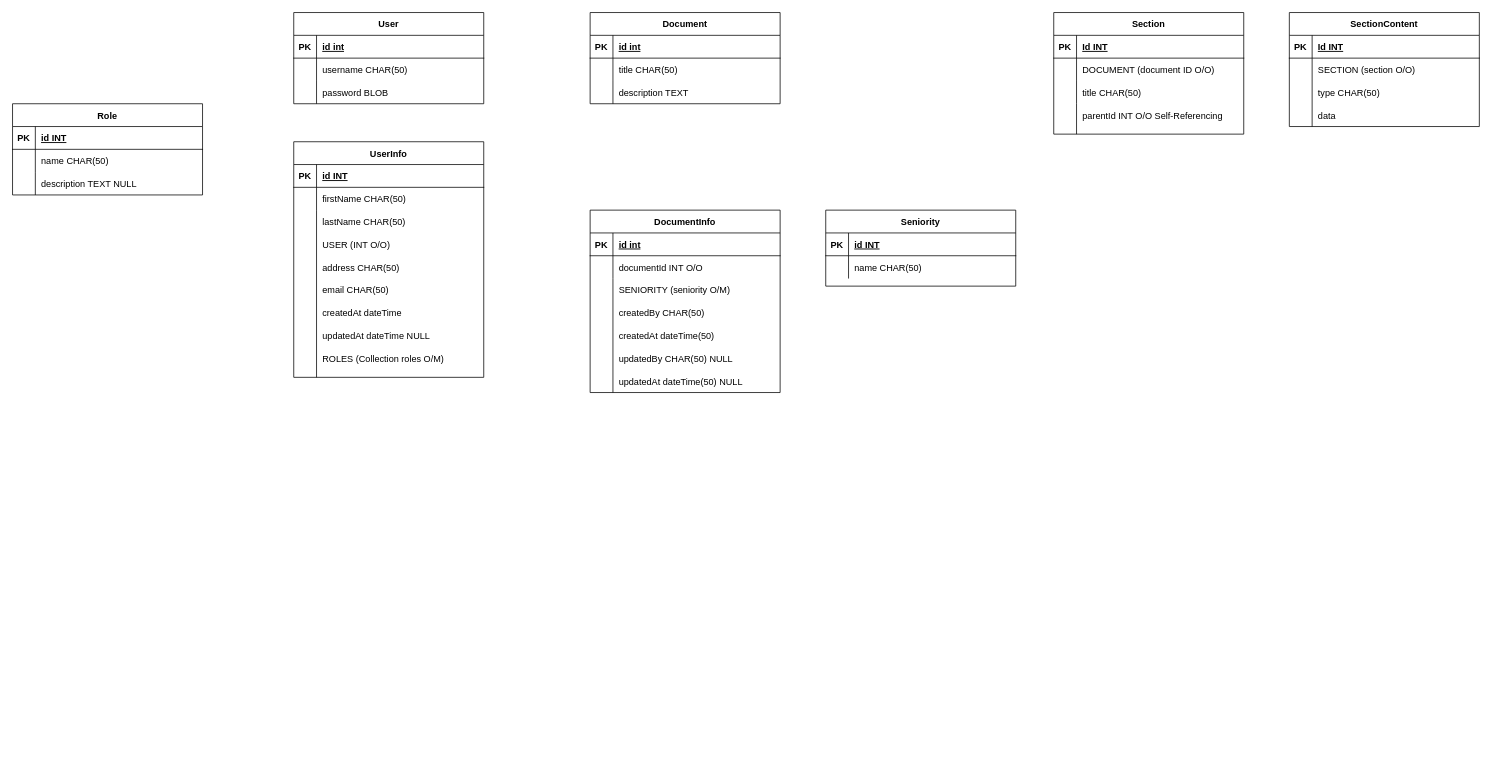
Before: Diagrama sin título.drawio in Vedgge/WormSync, a draw.io diagram. Source tidied: cells renumbered, new cells numbered last; positions are measured from the earlier drawing's top-left corner, leaving out a move shared by most shapes. Both pictures are drawn from the tidied source at 76%, with x=0, y=0 at pixel (12, 12).
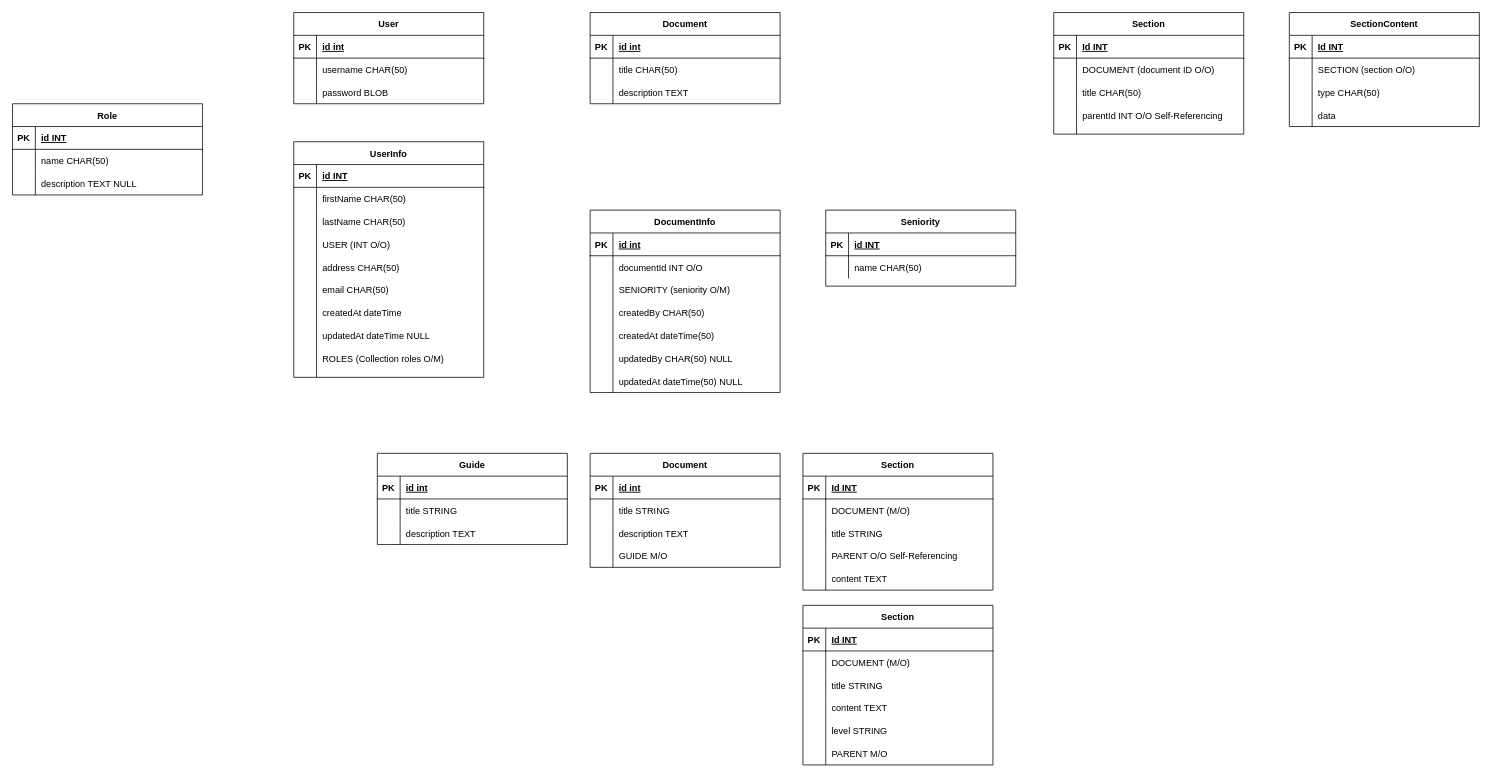
After the change.

Change to the diagram source:
```diff
@@
+    <mxCell id="89" style="group;" parent="1" vertex="1">
+      <mxGeometry x="480" y="580" width="250" height="120" as="geometry" />
+    </mxCell>
+    <mxCell id="90" style="endArrow=none;html=1;rounded=0;" parent="89" edge="1">
+      <mxGeometry relative="1" as="geometry">
+        <mxPoint x="30" y="120" as="sourcePoint" />
+        <mxPoint x="30" y="90" as="targetPoint" />
+      </mxGeometry>
+    </mxCell>
+    <mxCell id="91" value="Guide" style="shape=table;startSize=30;childLayout=tableLayout;rowLines=0;fontStyle=1;align=center;" parent="89" vertex="1">
+      <mxGeometry width="250" height="120" as="geometry" />
+    </mxCell>
+    <mxCell id="92" style="shape=partialRectangle;fillColor=none;top=0;left=0;right=0;bottom=1;" parent="91" vertex="1">
+      <mxGeometry y="30" width="250" height="30" as="geometry" />
+    </mxCell>
+    <mxCell id="93" value="PK" style="shape=partialRectangle;overflow=hidden;fillColor=none;top=0;left=0;bottom=0;right=0;fontStyle=1;" parent="92" vertex="1">
+      <mxGeometry width="30" height="30" as="geometry" />
+    </mxCell>
+    <mxCell id="94" value="id int" style="shape=partialRectangle;overflow=hidden;fillColor=none;top=0;left=0;bottom=0;right=0;align=left;spacingLeft=6;fontStyle=5;" parent="92" vertex="1">
+      <mxGeometry x="30" width="220" height="30" as="geometry" />
+    </mxCell>
+    <mxCell id="95" style="shape=partialRectangle;fillColor=none;top=0;left=0;right=0;bottom=0;" parent="91" vertex="1">
+      <mxGeometry y="60" width="250" height="30" as="geometry" />
+    </mxCell>
+    <mxCell id="96" style="shape=partialRectangle;overflow=hidden;fillColor=none;top=0;left=0;bottom=0;right=0;" parent="95" vertex="1">
+      <mxGeometry width="30" height="30" as="geometry" />
+    </mxCell>
+    <mxCell id="97" value="title STRING" style="shape=partialRectangle;overflow=hidden;fillColor=none;top=0;left=0;bottom=0;right=0;align=left;spacingLeft=6;" parent="95" vertex="1">
+      <mxGeometry x="30" width="220" height="30" as="geometry" />
+    </mxCell>
+    <mxCell id="98" value="description TEXT" style="shape=partialRectangle;overflow=hidden;fillColor=none;top=0;left=0;bottom=0;right=0;align=left;spacingLeft=6;" parent="89" vertex="1">
+      <mxGeometry x="30" y="90" width="220" height="30" as="geometry" />
+    </mxCell>
+    <mxCell id="99" style="endArrow=none;html=1;rounded=0;" parent="1" edge="1">
+      <mxGeometry relative="1" as="geometry">
+        <mxPoint x="790" y="730" as="sourcePoint" />
+        <mxPoint x="790" y="670" as="targetPoint" />
+      </mxGeometry>
+    </mxCell>
+    <mxCell id="100" value="Document" style="shape=table;startSize=30;childLayout=tableLayout;rowLines=0;fontStyle=1;align=center;" parent="1" vertex="1">
+      <mxGeometry x="760" y="580" width="250" height="150" as="geometry" />
+    </mxCell>
+    <mxCell id="101" style="shape=partialRectangle;fillColor=none;top=0;left=0;right=0;bottom=1;" parent="100" vertex="1">
+      <mxGeometry y="30" width="250" height="30" as="geometry" />
+    </mxCell>
+    <mxCell id="102" value="PK" style="shape=partialRectangle;overflow=hidden;fillColor=none;top=0;left=0;bottom=0;right=0;fontStyle=1;" parent="101" vertex="1">
+      <mxGeometry width="30" height="30" as="geometry" />
+    </mxCell>
+    <mxCell id="103" value="id int" style="shape=partialRectangle;overflow=hidden;fillColor=none;top=0;left=0;bottom=0;right=0;align=left;spacingLeft=6;fontStyle=5;" parent="101" vertex="1">
+      <mxGeometry x="30" width="220" height="30" as="geometry" />
+    </mxCell>
+    <mxCell id="104" style="shape=partialRectangle;fillColor=none;top=0;left=0;right=0;bottom=0;" parent="100" vertex="1">
+      <mxGeometry y="60" width="250" height="30" as="geometry" />
+    </mxCell>
+    <mxCell id="105" style="shape=partialRectangle;overflow=hidden;fillColor=none;top=0;left=0;bottom=0;right=0;" parent="104" vertex="1">
+      <mxGeometry width="30" height="30" as="geometry" />
+    </mxCell>
+    <mxCell id="106" value="title STRING" style="shape=partialRectangle;overflow=hidden;fillColor=none;top=0;left=0;bottom=0;right=0;align=left;spacingLeft=6;" parent="104" vertex="1">
+      <mxGeometry x="30" width="220" height="30" as="geometry" />
+    </mxCell>
+    <mxCell id="107" value="description TEXT" style="shape=partialRectangle;overflow=hidden;fillColor=none;top=0;left=0;bottom=0;right=0;align=left;spacingLeft=6;" parent="1" vertex="1">
+      <mxGeometry x="790" y="670" width="220" height="30" as="geometry" />
+    </mxCell>
+    <mxCell id="108" value="GUIDE M/O" style="shape=partialRectangle;overflow=hidden;fillColor=none;top=0;left=0;bottom=0;right=0;align=left;spacingLeft=6;" parent="1" vertex="1">
+      <mxGeometry x="790" y="700" width="220" height="30" as="geometry" />
+    </mxCell>
+    <mxCell id="109" value="Section" style="shape=table;startSize=30;childLayout=tableLayout;rowLines=0;fontStyle=1;align=center;" parent="1" vertex="1">
+      <mxGeometry x="1040" y="580" width="250" height="180" as="geometry" />
+    </mxCell>
+    <mxCell id="110" style="shape=partialRectangle;fillColor=none;top=0;left=0;right=0;bottom=1;" parent="109" vertex="1">
+      <mxGeometry y="30" width="250" height="30" as="geometry" />
+    </mxCell>
+    <mxCell id="111" value="PK" style="shape=partialRectangle;overflow=hidden;fillColor=none;top=0;left=0;bottom=0;right=0;fontStyle=1;" parent="110" vertex="1">
+      <mxGeometry width="30" height="30" as="geometry" />
+    </mxCell>
+    <mxCell id="112" value="Id INT" style="shape=partialRectangle;overflow=hidden;fillColor=none;top=0;left=0;bottom=0;right=0;align=left;spacingLeft=6;fontStyle=5;" parent="110" vertex="1">
+      <mxGeometry x="30" width="220" height="30" as="geometry" />
+    </mxCell>
+    <mxCell id="113" style="shape=partialRectangle;fillColor=none;top=0;left=0;right=0;bottom=0;" parent="109" vertex="1">
+      <mxGeometry y="60" width="250" height="30" as="geometry" />
+    </mxCell>
+    <mxCell id="114" style="shape=partialRectangle;overflow=hidden;fillColor=none;top=0;left=0;bottom=0;right=0;" parent="113" vertex="1">
+      <mxGeometry width="30" height="30" as="geometry" />
+    </mxCell>
+    <mxCell id="115" value="DOCUMENT (M/O)" style="shape=partialRectangle;overflow=hidden;fillColor=none;top=0;left=0;bottom=0;right=0;align=left;spacingLeft=6;" parent="113" vertex="1">
+      <mxGeometry x="30" width="220" height="30" as="geometry" />
+    </mxCell>
+    <mxCell id="116" style="shape=partialRectangle;fillColor=none;top=0;left=0;right=0;bottom=0;" parent="109" vertex="1">
+      <mxGeometry y="90" width="250" height="30" as="geometry" />
+    </mxCell>
+    <mxCell id="117" style="shape=partialRectangle;overflow=hidden;fillColor=none;top=0;left=0;bottom=0;right=0;" parent="116" vertex="1">
+      <mxGeometry width="30" height="30" as="geometry" />
+    </mxCell>
+    <mxCell id="118" value="title STRING" style="shape=partialRectangle;overflow=hidden;fillColor=none;top=0;left=0;bottom=0;right=0;align=left;spacingLeft=6;" parent="116" vertex="1">
+      <mxGeometry x="30" width="220" height="30" as="geometry" />
+    </mxCell>
+    <mxCell id="119" style="endArrow=none;html=1;rounded=0;" parent="1" edge="1">
+      <mxGeometry relative="1" as="geometry">
+        <mxPoint x="1070" y="760" as="sourcePoint" />
+        <mxPoint x="1070" y="700" as="targetPoint" />
+      </mxGeometry>
+    </mxCell>
+    <mxCell id="120" value="PARENT O/O Self-Referencing" style="shape=partialRectangle;overflow=hidden;fillColor=none;top=0;left=0;bottom=0;right=0;align=left;spacingLeft=6;" parent="1" vertex="1">
+      <mxGeometry x="1070" y="700" width="220" height="30" as="geometry" />
+    </mxCell>
+    <mxCell id="121" value="content TEXT" style="shape=partialRectangle;overflow=hidden;fillColor=none;top=0;left=0;bottom=0;right=0;align=left;spacingLeft=6;" parent="1" vertex="1">
+      <mxGeometry x="1070" y="730" width="220" height="30" as="geometry" />
+    </mxCell>
+    <mxCell id="122" value="Section" style="shape=table;startSize=30;childLayout=tableLayout;rowLines=0;fontStyle=1;align=center;" parent="1" vertex="1">
+      <mxGeometry x="1040" y="780" width="250" height="210" as="geometry" />
+    </mxCell>
+    <mxCell id="123" style="shape=partialRectangle;fillColor=none;top=0;left=0;right=0;bottom=1;" parent="122" vertex="1">
+      <mxGeometry y="30" width="250" height="30" as="geometry" />
+    </mxCell>
+    <mxCell id="124" value="PK" style="shape=partialRectangle;overflow=hidden;fillColor=none;top=0;left=0;bottom=0;right=0;fontStyle=1;" parent="123" vertex="1">
+      <mxGeometry width="30" height="30" as="geometry" />
+    </mxCell>
+    <mxCell id="125" value="Id INT" style="shape=partialRectangle;overflow=hidden;fillColor=none;top=0;left=0;bottom=0;right=0;align=left;spacingLeft=6;fontStyle=5;" parent="123" vertex="1">
+      <mxGeometry x="30" width="220" height="30" as="geometry" />
+    </mxCell>
+    <mxCell id="126" style="shape=partialRectangle;fillColor=none;top=0;left=0;right=0;bottom=0;" parent="122" vertex="1">
+      <mxGeometry y="60" width="250" height="30" as="geometry" />
+    </mxCell>
+    <mxCell id="127" style="shape=partialRectangle;overflow=hidden;fillColor=none;top=0;left=0;bottom=0;right=0;" parent="126" vertex="1">
+      <mxGeometry width="30" height="30" as="geometry" />
+    </mxCell>
+    <mxCell id="128" value="DOCUMENT (M/O)" style="shape=partialRectangle;overflow=hidden;fillColor=none;top=0;left=0;bottom=0;right=0;align=left;spacingLeft=6;" parent="126" vertex="1">
+      <mxGeometry x="30" width="220" height="30" as="geometry" />
+    </mxCell>
+    <mxCell id="129" style="shape=partialRectangle;fillColor=none;top=0;left=0;right=0;bottom=0;" parent="122" vertex="1">
+      <mxGeometry y="90" width="250" height="30" as="geometry" />
+    </mxCell>
+    <mxCell id="130" style="shape=partialRectangle;overflow=hidden;fillColor=none;top=0;left=0;bottom=0;right=0;" parent="129" vertex="1">
+      <mxGeometry width="30" height="30" as="geometry" />
+    </mxCell>
+    <mxCell id="131" value="title STRING" style="shape=partialRectangle;overflow=hidden;fillColor=none;top=0;left=0;bottom=0;right=0;align=left;spacingLeft=6;" parent="129" vertex="1">
+      <mxGeometry x="30" width="220" height="30" as="geometry" />
+    </mxCell>
+    <mxCell id="132" style="endArrow=none;html=1;rounded=0;" parent="1" edge="1">
+      <mxGeometry relative="1" as="geometry">
+        <mxPoint x="1070" y="990" as="sourcePoint" />
+        <mxPoint x="1070" y="900" as="targetPoint" />
+      </mxGeometry>
+    </mxCell>
+    <mxCell id="133" value="level STRING" style="shape=partialRectangle;overflow=hidden;fillColor=none;top=0;left=0;bottom=0;right=0;align=left;spacingLeft=6;" parent="1" vertex="1">
+      <mxGeometry x="1070" y="930" width="220" height="30" as="geometry" />
+    </mxCell>
+    <mxCell id="134" value="content TEXT" style="shape=partialRectangle;overflow=hidden;fillColor=none;top=0;left=0;bottom=0;right=0;align=left;spacingLeft=6;" parent="1" vertex="1">
+      <mxGeometry x="1070" y="900" width="220" height="30" as="geometry" />
+    </mxCell>
+    <mxCell id="135" value="PARENT M/O" style="shape=partialRectangle;overflow=hidden;fillColor=none;top=0;left=0;bottom=0;right=0;align=left;spacingLeft=6;" parent="1" vertex="1">
+      <mxGeometry x="1070" y="960" width="220" height="30" as="geometry" />
+    </mxCell>
```
